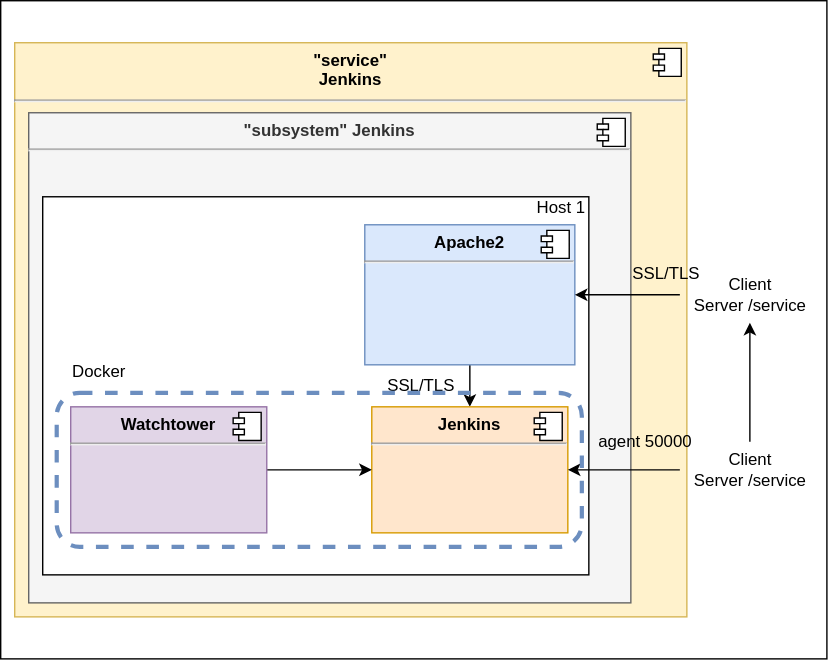
Before: assets/Ansible-Playbook-Labocbz-Deploy-Jenkins.drawio.svg, a diagram exported from draw.io (CBZ-D-velop/Ansible-Playbook-Labocbz-Deploy-Jenkins). Source tidied: cells renumbered, new cells last; positions are measured from the earlier drawing's top-left corner, leaving out a move shared by most shapes. Its diagram source:
```xml
<mxGraphModel>
  <root>
    <mxCell id="0" />
    <mxCell id="1" parent="0" />
    <mxCell id="2" style="rounded=0;whiteSpace=wrap;html=1;" parent="1" vertex="1">
      <mxGeometry width="590" height="470" as="geometry" />
    </mxCell>
    <mxCell id="3" value="&lt;p style=&quot;margin:0px;margin-top:6px;text-align:center;&quot;&gt;&lt;b&gt;&quot;service&quot;&lt;br&gt;Jenkins&lt;/b&gt;&lt;/p&gt;&lt;hr&gt;&lt;p style=&quot;margin:0px;margin-left:8px;&quot;&gt;&lt;br&gt;&lt;/p&gt;" style="align=left;overflow=fill;html=1;whiteSpace=wrap;fillColor=#fff2cc;strokeColor=#d6b656;" parent="1" vertex="1">
      <mxGeometry x="10" y="30" width="480" height="410" as="geometry" />
    </mxCell>
    <mxCell id="4" style="shape=component;jettyWidth=8;jettyHeight=4;" parent="3" vertex="1">
      <mxGeometry x="1" width="20" height="20" relative="1" as="geometry">
        <mxPoint x="-24" y="4" as="offset" />
      </mxGeometry>
    </mxCell>
    <mxCell id="5" value="&lt;p style=&quot;margin:0px;margin-top:6px;text-align:center;&quot;&gt;&lt;b&gt;&quot;subsystem&quot; Jenkins&lt;/b&gt;&lt;/p&gt;&lt;hr&gt;&lt;p style=&quot;margin:0px;margin-left:8px;&quot;&gt;&lt;br&gt;&lt;/p&gt;" style="align=left;overflow=fill;html=1;whiteSpace=wrap;fillColor=#f5f5f5;fontColor=#333333;strokeColor=#666666;" parent="1" vertex="1">
      <mxGeometry x="20" y="80" width="430" height="350" as="geometry" />
    </mxCell>
    <mxCell id="6" style="shape=component;jettyWidth=8;jettyHeight=4;" parent="5" vertex="1">
      <mxGeometry x="1" width="20" height="20" relative="1" as="geometry">
        <mxPoint x="-24" y="4" as="offset" />
      </mxGeometry>
    </mxCell>
    <mxCell id="7" value="SSL/TLS" style="text;html=1;align=center;verticalAlign=middle;strokeColor=none;fillColor=none;" parent="1" vertex="1">
      <mxGeometry x="440" y="180" width="70" height="30" as="geometry" />
    </mxCell>
    <mxCell id="8" value="Client&lt;br&gt;Server /service" style="text;html=1;align=center;verticalAlign=middle;points=[];strokeColor=none;fillColor=none;" parent="1" vertex="1">
      <mxGeometry x="485" y="190" width="100" height="40" as="geometry" />
    </mxCell>
    <mxCell id="9" style="edgeStyle=orthogonalEdgeStyle;rounded=0;orthogonalLoop=1;jettySize=auto;html=1;entryX=0.5;entryY=0;entryDx=0;entryDy=0;" parent="1" edge="1">
      <mxGeometry relative="1" as="geometry">
        <mxPoint x="20" y="250" as="sourcePoint" />
      </mxGeometry>
    </mxCell>
    <mxCell id="10" style="edgeStyle=orthogonalEdgeStyle;rounded=0;orthogonalLoop=1;jettySize=auto;html=1;" parent="1" edge="1">
      <mxGeometry relative="1" as="geometry">
        <mxPoint x="20" y="250" as="sourcePoint" />
      </mxGeometry>
    </mxCell>
    <mxCell id="11" style="rounded=0;whiteSpace=wrap;html=1;" parent="1" vertex="1">
      <mxGeometry x="30" y="140" width="390" height="270" as="geometry" />
    </mxCell>
    <mxCell id="12" value="SSL/TLS" style="text;html=1;align=center;verticalAlign=middle;strokeColor=none;fillColor=none;" parent="1" vertex="1">
      <mxGeometry x="265" y="260" width="70" height="30" as="geometry" />
    </mxCell>
    <mxCell id="13" style="edgeStyle=orthogonalEdgeStyle;rounded=0;jettySize=auto;html=1;entryX=0.5;entryY=0;entryDx=0;entryDy=0;" parent="1" edge="1" source="14" target="17">
      <mxGeometry relative="1" as="geometry" />
    </mxCell>
    <mxCell id="14" value="&lt;p style=&quot;margin:0px;margin-top:6px;text-align:center;&quot;&gt;&lt;b&gt;Apache2&lt;/b&gt;&lt;/p&gt;&lt;hr&gt;&lt;p style=&quot;margin:0px;margin-left:8px;&quot;&gt;&lt;br&gt;&lt;/p&gt;" style="align=left;overflow=fill;html=1;whiteSpace=wrap;fillColor=#dae8fc;strokeColor=#6c8ebf;" parent="1" vertex="1">
      <mxGeometry x="260" y="160" width="150" height="100" as="geometry" />
    </mxCell>
    <mxCell id="15" style="shape=component;jettyWidth=8;jettyHeight=4;" parent="14" vertex="1">
      <mxGeometry x="1" width="20" height="20" relative="1" as="geometry">
        <mxPoint x="-24" y="4" as="offset" />
      </mxGeometry>
    </mxCell>
    <mxCell id="16" style="edgeStyle=orthogonalEdgeStyle;rounded=0;jettySize=auto;html=1;" parent="1" edge="1" source="8" target="14">
      <mxGeometry relative="1" as="geometry" />
    </mxCell>
    <mxCell id="17" value="&lt;p style=&quot;margin:0px;margin-top:6px;text-align:center;&quot;&gt;&lt;b&gt;Jenkins&lt;/b&gt;&lt;/p&gt;&lt;hr&gt;&lt;p style=&quot;margin:0px;margin-left:8px;&quot;&gt;&lt;br&gt;&lt;/p&gt;" style="align=left;overflow=fill;html=1;whiteSpace=wrap;fillColor=#ffe6cc;strokeColor=#d79b00;" parent="1" vertex="1">
      <mxGeometry x="265" y="290" width="140" height="90" as="geometry" />
    </mxCell>
    <mxCell id="18" style="shape=component;jettyWidth=8;jettyHeight=4;" parent="17" vertex="1">
      <mxGeometry x="1" width="20" height="20" relative="1" as="geometry">
        <mxPoint x="-24" y="4" as="offset" />
      </mxGeometry>
    </mxCell>
    <mxCell id="19" value="Host 1" style="text;html=1;align=center;verticalAlign=middle;strokeColor=none;fillColor=none;" parent="1" vertex="1">
      <mxGeometry x="370" y="133" width="60" height="30" as="geometry" />
    </mxCell>
    <mxCell id="20" style="edgeStyle=orthogonalEdgeStyle;rounded=0;jettySize=auto;html=1;" parent="1" edge="1" source="22" target="17">
      <mxGeometry relative="1" as="geometry" />
    </mxCell>
    <mxCell id="21" style="edgeStyle=orthogonalEdgeStyle;rounded=0;jettySize=auto;html=1;" parent="1" edge="1" source="22" target="8">
      <mxGeometry relative="1" as="geometry" />
    </mxCell>
    <mxCell id="22" value="Client&lt;br&gt;Server /service" style="text;html=1;align=center;verticalAlign=middle;points=[];strokeColor=none;fillColor=none;" parent="1" vertex="1">
      <mxGeometry x="485" y="315" width="100" height="40" as="geometry" />
    </mxCell>
    <mxCell id="23" value="agent 50000" style="text;html=1;align=center;verticalAlign=middle;strokeColor=none;fillColor=none;" parent="1" vertex="1">
      <mxGeometry x="415" y="300" width="90" height="30" as="geometry" />
    </mxCell>
    <mxCell id="24" style="rounded=1;whiteSpace=wrap;html=1;fillColor=none;strokeColor=#6c8ebf;dashed=1;strokeWidth=3;" parent="1" vertex="1">
      <mxGeometry x="40" y="280" width="375" height="110" as="geometry" />
    </mxCell>
    <mxCell id="25" style="edgeStyle=orthogonalEdgeStyle;rounded=0;jettySize=auto;html=1;" parent="1" edge="1" source="26" target="17">
      <mxGeometry relative="1" as="geometry" />
    </mxCell>
    <mxCell id="26" value="&lt;p style=&quot;margin:0px;margin-top:6px;text-align:center;&quot;&gt;&lt;b&gt;Watchtower&lt;/b&gt;&lt;/p&gt;&lt;hr&gt;&lt;p style=&quot;margin:0px;margin-left:8px;&quot;&gt;&lt;br&gt;&lt;/p&gt;" style="align=left;overflow=fill;html=1;whiteSpace=wrap;fillColor=#e1d5e7;strokeColor=#9673a6;" parent="1" vertex="1">
      <mxGeometry x="50" y="290" width="140" height="90" as="geometry" />
    </mxCell>
    <mxCell id="27" style="shape=component;jettyWidth=8;jettyHeight=4;" parent="26" vertex="1">
      <mxGeometry x="1" width="20" height="20" relative="1" as="geometry">
        <mxPoint x="-24" y="4" as="offset" />
      </mxGeometry>
    </mxCell>
    <mxCell id="28" value="Docker" style="text;html=1;align=center;verticalAlign=middle;strokeColor=none;fillColor=none;" parent="1" vertex="1">
      <mxGeometry x="40" y="250" width="60" height="30" as="geometry" />
    </mxCell>
  </root>
</mxGraphModel>
```
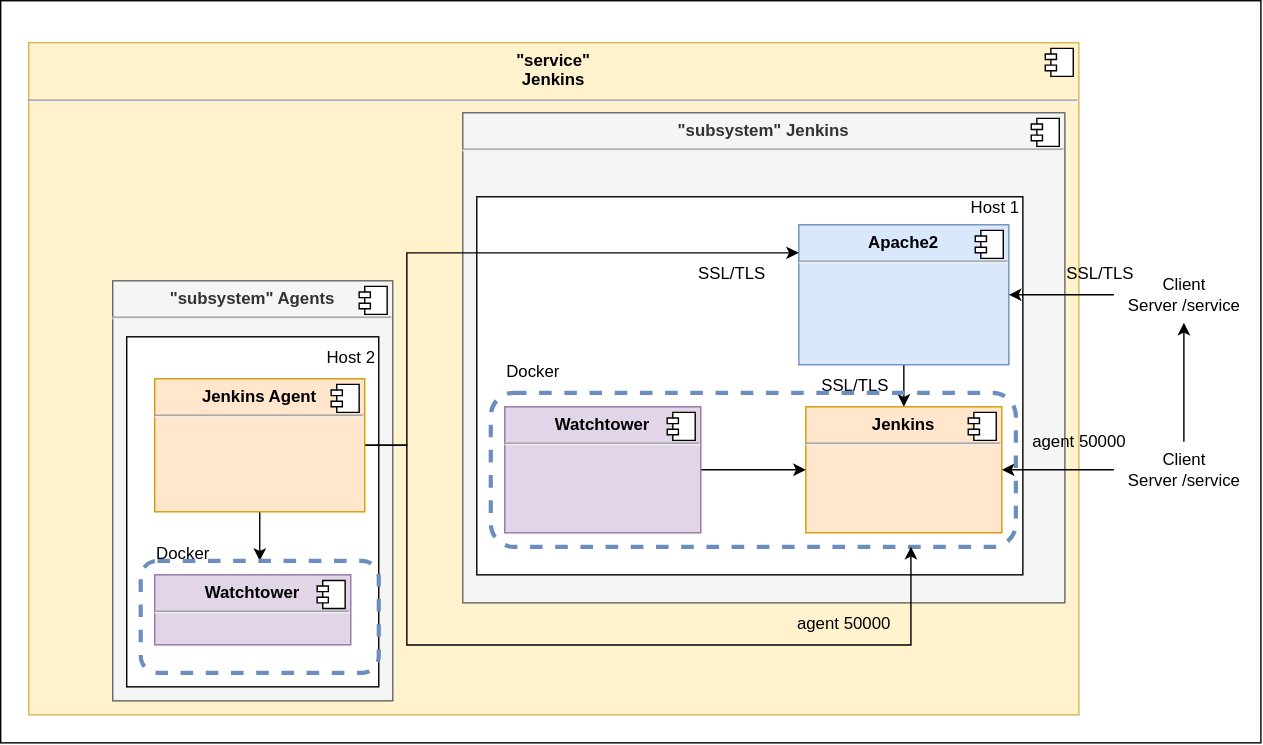
After the change.

Commit message:
added Agent, added certs, added tests, added readme

What changed in the source:
```diff
@@ -3,10 +3,10 @@
     <mxCell id="0" />
     <mxCell id="1" parent="0" />
     <mxCell id="2" style="rounded=0;whiteSpace=wrap;html=1;" parent="1" vertex="1">
-      <mxGeometry width="590" height="470" as="geometry" />
+      <mxGeometry x="-310" width="900" height="530" as="geometry" />
     </mxCell>
     <mxCell id="3" value="&lt;p style=&quot;margin:0px;margin-top:6px;text-align:center;&quot;&gt;&lt;b&gt;&quot;service&quot;&lt;br&gt;Jenkins&lt;/b&gt;&lt;/p&gt;&lt;hr&gt;&lt;p style=&quot;margin:0px;margin-left:8px;&quot;&gt;&lt;br&gt;&lt;/p&gt;" style="align=left;overflow=fill;html=1;whiteSpace=wrap;fillColor=#fff2cc;strokeColor=#d6b656;" parent="1" vertex="1">
-      <mxGeometry x="10" y="30" width="480" height="410" as="geometry" />
+      <mxGeometry x="-290" y="30" width="750" height="480" as="geometry" />
     </mxCell>
     <mxCell id="4" style="shape=component;jettyWidth=8;jettyHeight=4;" parent="3" vertex="1">
       <mxGeometry x="1" width="20" height="20" relative="1" as="geometry">
@@ -97,5 +97,67 @@
     <mxCell id="28" value="Docker" style="text;html=1;align=center;verticalAlign=middle;strokeColor=none;fillColor=none;" parent="1" vertex="1">
       <mxGeometry x="40" y="250" width="60" height="30" as="geometry" />
     </mxCell>
+    <mxCell id="29" value="&lt;p style=&quot;margin:0px;margin-top:6px;text-align:center;&quot;&gt;&lt;b&gt;&quot;subsystem&quot; Agents&lt;/b&gt;&lt;/p&gt;&lt;hr&gt;&lt;p style=&quot;margin:0px;margin-left:8px;&quot;&gt;&lt;br&gt;&lt;/p&gt;" style="align=left;overflow=fill;html=1;whiteSpace=wrap;fillColor=#f5f5f5;fontColor=#333333;strokeColor=#666666;" parent="1" vertex="1">
+      <mxGeometry x="-230" y="200" width="200" height="300" as="geometry" />
+    </mxCell>
+    <mxCell id="30" style="shape=component;jettyWidth=8;jettyHeight=4;" parent="29" vertex="1">
+      <mxGeometry x="1" width="20" height="20" relative="1" as="geometry">
+        <mxPoint x="-24" y="4" as="offset" />
+      </mxGeometry>
+    </mxCell>
+    <mxCell id="31" style="rounded=0;whiteSpace=wrap;html=1;" parent="1" vertex="1">
+      <mxGeometry x="-220" y="240" width="180" height="250" as="geometry" />
+    </mxCell>
+    <mxCell id="32" value="Host 2" style="text;html=1;align=center;verticalAlign=middle;strokeColor=none;fillColor=none;" parent="1" vertex="1">
+      <mxGeometry x="-90" y="240" width="60" height="30" as="geometry" />
+    </mxCell>
+    <mxCell id="33" style="edgeStyle=orthogonalEdgeStyle;rounded=0;jettySize=auto;html=1;" parent="1" edge="1" source="36" target="14">
+      <mxGeometry relative="1" as="geometry">
+        <Array as="points">
+          <mxPoint x="-20" y="318" />
+          <mxPoint x="-20" y="180" />
+        </Array>
+      </mxGeometry>
+    </mxCell>
+    <mxCell id="34" style="edgeStyle=orthogonalEdgeStyle;rounded=0;jettySize=auto;html=1;" parent="1" edge="1" source="36" target="24">
+      <mxGeometry relative="1" as="geometry">
+        <Array as="points">
+          <mxPoint x="-20" y="318" />
+          <mxPoint x="-20" y="460" />
+          <mxPoint x="340" y="460" />
+        </Array>
+      </mxGeometry>
+    </mxCell>
+    <mxCell id="35" style="edgeStyle=orthogonalEdgeStyle;rounded=0;jettySize=auto;html=1;" parent="1" edge="1" source="36" target="40">
+      <mxGeometry relative="1" as="geometry" />
+    </mxCell>
+    <mxCell id="36" value="&lt;p style=&quot;margin:0px;margin-top:6px;text-align:center;&quot;&gt;&lt;b&gt;Jenkins Agent&lt;/b&gt;&lt;/p&gt;&lt;hr&gt;&lt;p style=&quot;margin:0px;margin-left:8px;&quot;&gt;&lt;br&gt;&lt;/p&gt;" style="align=left;overflow=fill;html=1;whiteSpace=wrap;fillColor=#ffe6cc;strokeColor=#d79b00;" parent="1" vertex="1">
+      <mxGeometry x="-200" y="270" width="150" height="95" as="geometry" />
+    </mxCell>
+    <mxCell id="37" style="shape=component;jettyWidth=8;jettyHeight=4;" parent="36" vertex="1">
+      <mxGeometry x="1" width="20" height="20" relative="1" as="geometry">
+        <mxPoint x="-24" y="4" as="offset" />
+      </mxGeometry>
+    </mxCell>
+    <mxCell id="38" value="agent 50000" style="text;html=1;align=center;verticalAlign=middle;strokeColor=none;fillColor=none;" parent="1" vertex="1">
+      <mxGeometry x="247" y="430" width="90" height="30" as="geometry" />
+    </mxCell>
+    <mxCell id="39" value="SSL/TLS" style="text;html=1;align=center;verticalAlign=middle;strokeColor=none;fillColor=none;" parent="1" vertex="1">
+      <mxGeometry x="177" y="180" width="70" height="30" as="geometry" />
+    </mxCell>
+    <mxCell id="40" style="rounded=1;whiteSpace=wrap;html=1;fillColor=none;strokeColor=#6c8ebf;dashed=1;strokeWidth=3;" parent="1" vertex="1">
+      <mxGeometry x="-210" y="400" width="170" height="80" as="geometry" />
+    </mxCell>
+    <mxCell id="41" value="Docker" style="text;html=1;align=center;verticalAlign=middle;strokeColor=none;fillColor=none;" parent="1" vertex="1">
+      <mxGeometry x="-210" y="380" width="60" height="30" as="geometry" />
+    </mxCell>
+    <mxCell id="42" value="&lt;p style=&quot;margin:0px;margin-top:6px;text-align:center;&quot;&gt;&lt;b&gt;Watchtower&lt;/b&gt;&lt;/p&gt;&lt;hr&gt;&lt;p style=&quot;margin:0px;margin-left:8px;&quot;&gt;&lt;br&gt;&lt;/p&gt;" style="align=left;overflow=fill;html=1;whiteSpace=wrap;fillColor=#e1d5e7;strokeColor=#9673a6;" parent="1" vertex="1">
+      <mxGeometry x="-200" y="410" width="140" height="50" as="geometry" />
+    </mxCell>
+    <mxCell id="43" style="shape=component;jettyWidth=8;jettyHeight=4;" parent="42" vertex="1">
+      <mxGeometry x="1" width="20" height="20" relative="1" as="geometry">
+        <mxPoint x="-24" y="4" as="offset" />
+      </mxGeometry>
+    </mxCell>
   </root>
 </mxGraphModel>
```
